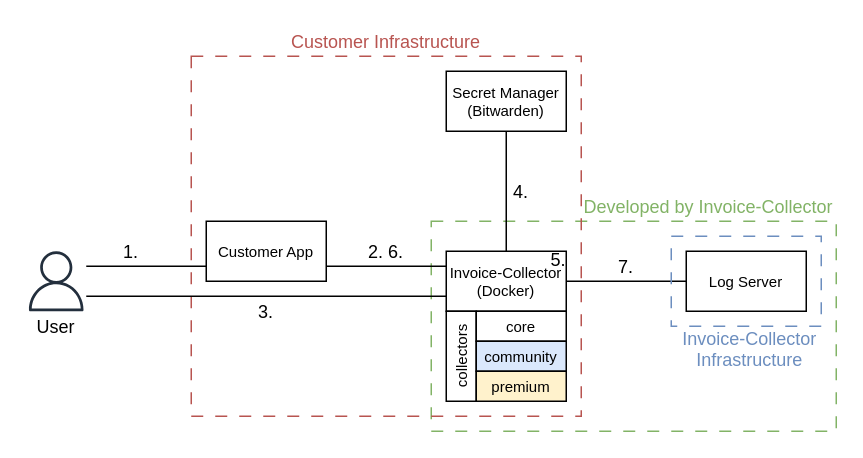
The draw.io diagram docs/diagrams/infra_self_hosted.drawio in invoice-collector/website, before the edit. Source tidied: cells renumbered, new cells numbered last; positions are measured from the earlier drawing's top-left corner, leaving out a move shared by most shapes. Both pictures are drawn from the tidied source at 150%, with x=0, y=0 at pixel (26, 26).
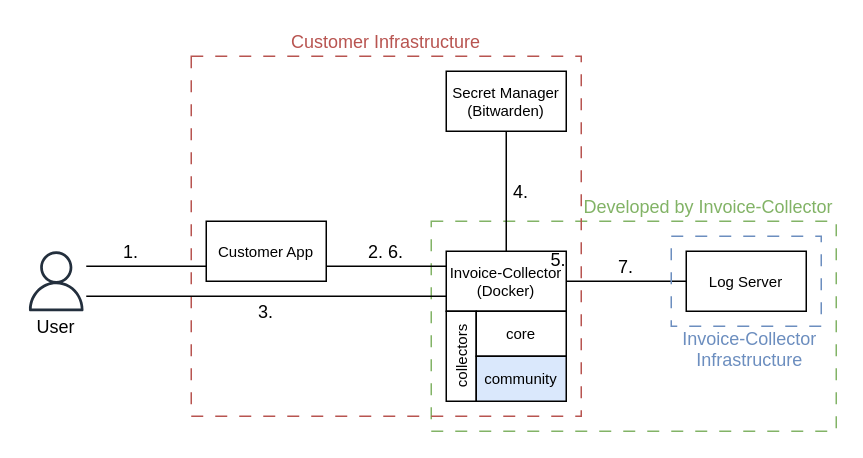
Above is the later version.

The edit, as a diff of the source:
```diff
@@
     <mxCell id="10" value="core" style="whiteSpace=wrap;html=1;fontSize=10;" parent="1" vertex="1">
-      <mxGeometry x="300" y="190" width="60" height="20" as="geometry" />
+      <mxGeometry x="300" y="190" width="60" height="30" as="geometry" />
     </mxCell>
     <mxCell id="11" value="community" style="whiteSpace=wrap;html=1;fontSize=10;fillColor=#dae8fc;strokeColor=#000000;" parent="1" vertex="1">
-      <mxGeometry x="300" y="210" width="60" height="20" as="geometry" />
+      <mxGeometry x="300" y="220" width="60" height="30" as="geometry" />
     </mxCell>
-    <mxCell id="12" value="premium" style="whiteSpace=wrap;html=1;fontSize=10;fillColor=#fff2cc;strokeColor=#000000;" parent="1" vertex="1">
-      <mxGeometry x="300" y="230" width="60" height="20" as="geometry" />
-    </mxCell>
```
